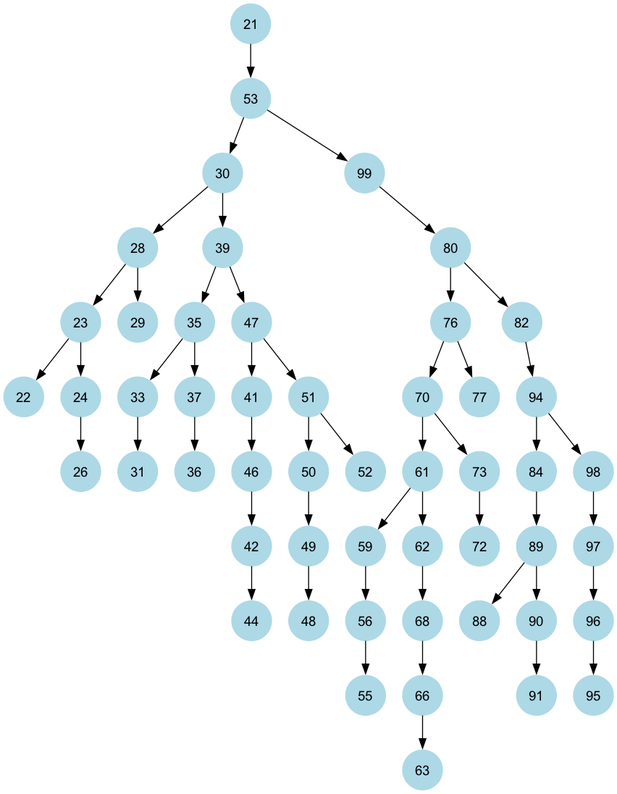
Earlier version of the Graphviz export src/main/resources/tree.png (Ikhideifidon/CodeDuel). Its source is kept beside it as src/main/resources/tree.dot. The source it was exported from:
```dot
DIGRAPH BST {
  Node [shape=circle, style=filled, color=lightblue, fontname=Arial];
	70;
	70 -> 61;
	61;
	61 -> 34;
	34;
	34 -> 29;
	29;
	29 -> 28;
	28;
	28 -> 21;
	21;
	29 -> 30;
	30;
	30 -> 31;
	31;
	34 -> 52;
	52;
	52 -> 45;
	45;
	45 -> 44;
	44;
	44 -> 41;
	41;
	41 -> 37;
	37;
	37 -> 35;
	35;
	35 -> 36;
	36;
	37 -> 40;
	40;
	40 -> 39;
	39;
	41 -> 42;
	42;
	42 -> 43;
	43;
	45 -> 49;
	49;
	49 -> 48;
	48;
	48 -> 46;
	46;
	46 -> 47;
	47;
	52 -> 53;
	53;
	53 -> 57;
	57;
	57 -> 56;
	56;
	57 -> 60;
	60;
	60 -> 59;
	59;
	61 -> 62;
	62;
	62 -> 63;
	63;
	63 -> 67;
	67;
	67 -> 65;
	65;
	65 -> 64;
	64;
	70 -> 85;
	85;
	85 -> 72;
	72;
	72 -> 71;
	71;
	72 -> 83;
	83;
	83 -> 77;
	77;
	77 -> 74;
	74;
	74 -> 73;
	73;
	74 -> 76;
	76;
	77 -> 81;
	81;
	81 -> 78;
	78;
	83 -> 84;
	84;
	85 -> 86;
	86;
	86 -> 91;
	91;
	91 -> 90;
	90;
	91 -> 97;
	97;
	97 -> 93;
	93;
	93 -> 95;
	95;
	95 -> 96;
	96;
	97 -> 99;
	99;
}
```
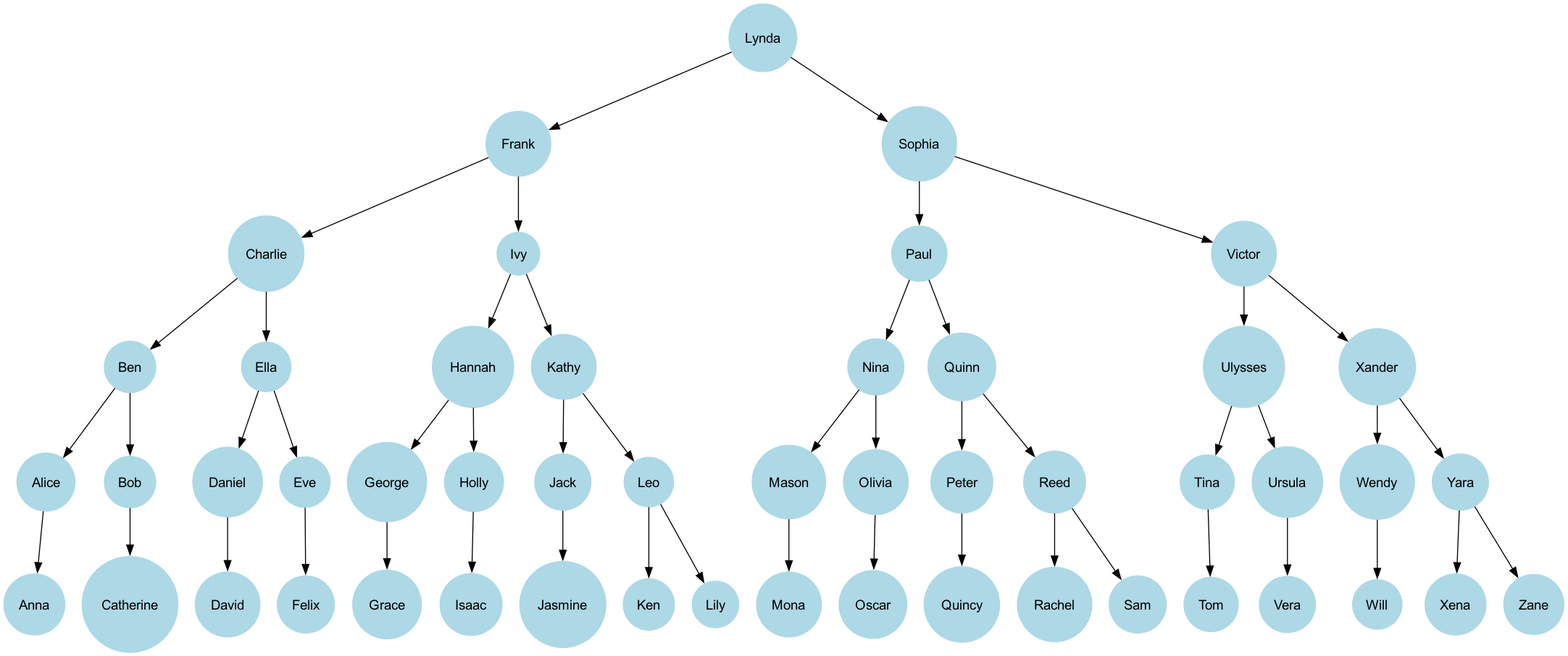
Above is the later version.

The edit, as a diff of the source:
```diff
@@ -1,106 +1,100 @@
 DIGRAPH BST {
   Node [shape=circle, style=filled, color=lightblue, fontname=Arial];
-	70;
-	70 -> 61;
-	61;
-	61 -> 34;
-	34;
-	34 -> 29;
-	29;
-	29 -> 28;
-	28;
-	28 -> 21;
-	21;
-	29 -> 30;
-	30;
-	30 -> 31;
-	31;
-	34 -> 52;
-	52;
-	52 -> 45;
-	45;
-	45 -> 44;
-	44;
-	44 -> 41;
-	41;
-	41 -> 37;
-	37;
-	37 -> 35;
-	35;
-	35 -> 36;
-	36;
-	37 -> 40;
-	40;
-	40 -> 39;
-	39;
-	41 -> 42;
-	42;
-	42 -> 43;
-	43;
-	45 -> 49;
-	49;
-	49 -> 48;
-	48;
-	48 -> 46;
-	46;
-	46 -> 47;
-	47;
-	52 -> 53;
-	53;
-	53 -> 57;
-	57;
-	57 -> 56;
-	56;
-	57 -> 60;
-	60;
-	60 -> 59;
-	59;
-	61 -> 62;
-	62;
-	62 -> 63;
-	63;
-	63 -> 67;
-	67;
-	67 -> 65;
-	65;
-	65 -> 64;
-	64;
-	70 -> 85;
-	85;
-	85 -> 72;
-	72;
-	72 -> 71;
-	71;
-	72 -> 83;
-	83;
-	83 -> 77;
-	77;
-	77 -> 74;
-	74;
-	74 -> 73;
-	73;
-	74 -> 76;
-	76;
-	77 -> 81;
-	81;
-	81 -> 78;
-	78;
-	83 -> 84;
-	84;
-	85 -> 86;
-	86;
-	86 -> 91;
-	91;
-	91 -> 90;
-	90;
-	91 -> 97;
-	97;
-	97 -> 93;
-	93;
-	93 -> 95;
-	95;
-	95 -> 96;
-	96;
-	97 -> 99;
-	99;
+	Mason;
+	Mason -> Frank;
+	Frank;
+	Frank -> Charlie;
+	Charlie;
+	Charlie -> Ben;
+	Ben;
+	Ben -> Alice;
+	Alice;
+	Alice -> Anna;
+	Anna;
+	Ben -> Bob;
+	Bob;
+	Bob -> Catherine;
+	Catherine;
+	Charlie -> Ella;
+	Ella;
+	Ella -> Daniel;
+	Daniel;
+	Daniel -> David;
+	David;
+	Ella -> Eve;
+	Eve;
+	Eve -> Felix;
+	Felix;
+	Frank -> Ivy;
+	Ivy;
+	Ivy -> Hannah;
+	Hannah;
+	Hannah -> George;
+	George;
+	George -> Grace;
+	Grace;
+	Hannah -> Holly;
+	Holly;
+	Holly -> Isaac;
+	Isaac;
+	Ivy -> Kathy;
+	Kathy;
+	Kathy -> Jack;
+	Jack;
+	Jack -> Jasmine;
+	Jasmine;
+	Kathy -> Leo;
+	Leo;
+	Leo -> Ken;
+	Ken;
+	Leo -> Lily;
+	Lily;
+	Mason -> Sophia;
+	Sophia;
+	Sophia -> Paul;
+	Paul;
+	Paul -> Nina;
+	Nina;
+	Nina -> Mona;
+	Mona;
+	Nina -> Olivia;
+	Olivia;
+	Olivia -> Oscar;
+	Oscar;
+	Paul -> Quinn;
+	Quinn;
+	Quinn -> Peter;
+	Peter;
+	Peter -> Quincy;
+	Quincy;
+	Quinn -> Reed;
+	Reed;
+	Reed -> Rachel;
+	Rachel;
+	Reed -> Sam;
+	Sam;
+	Sophia -> Victor;
+	Victor;
+	Victor -> Ulysses;
+	Ulysses;
+	Ulysses -> Tina;
+	Tina;
+	Tina -> Tom;
+	Tom;
+	Ulysses -> Ursula;
+	Ursula;
+	Ursula -> Vera;
+	Vera;
+	Victor -> Xander;
+	Xander;
+	Xander -> Wendy;
+	Wendy;
+	Wendy -> Will;
+	Will;
+	Xander -> Yara;
+	Yara;
+	Yara -> Xena;
+	Xena;
+	Yara -> Zane;
+	Zane;
 }
```
